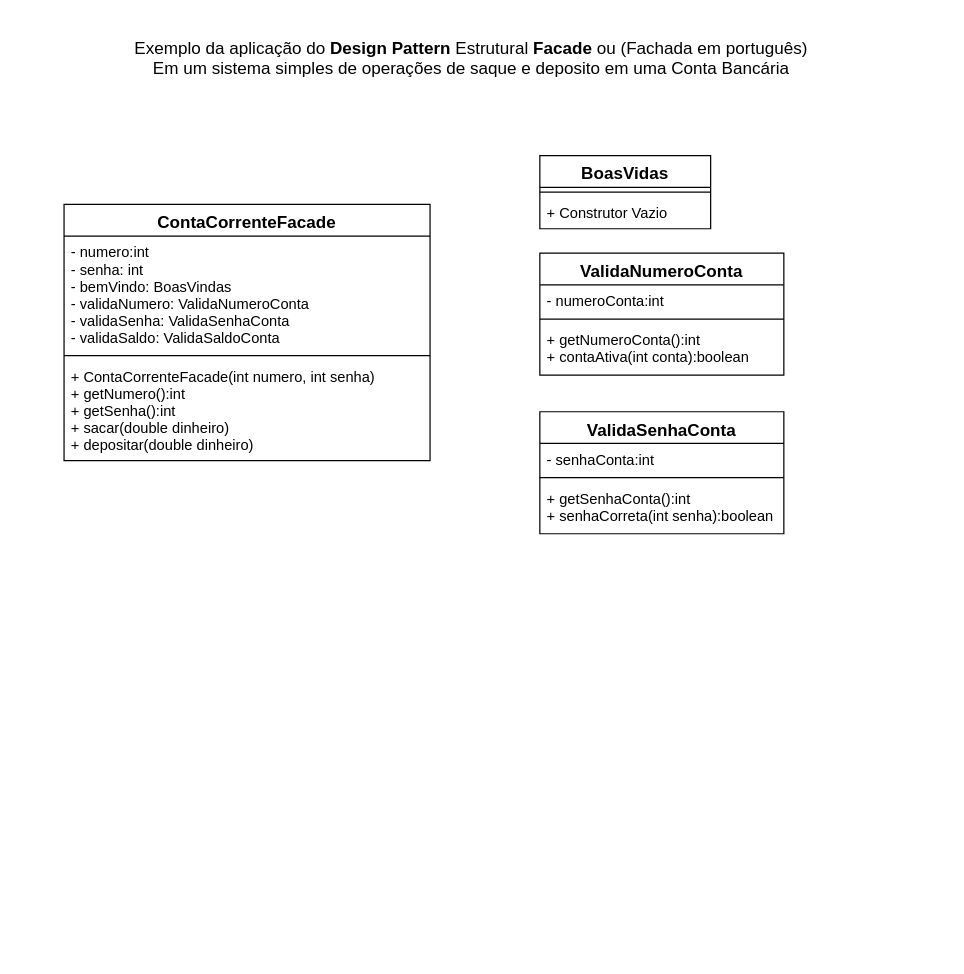
The draw.io diagram 3des/projetos/aula22/workspace/EstruturaFacade/docs/exFacade.drawio in wellifabio/senai2021, before the edit. Source tidied: cells renumbered, new cells numbered last; positions are measured from the earlier drawing's top-left corner, leaving out a move shared by most shapes. Both pictures are drawn from the tidied source at 122%, with x=0, y=0 at pixel (63, 21).
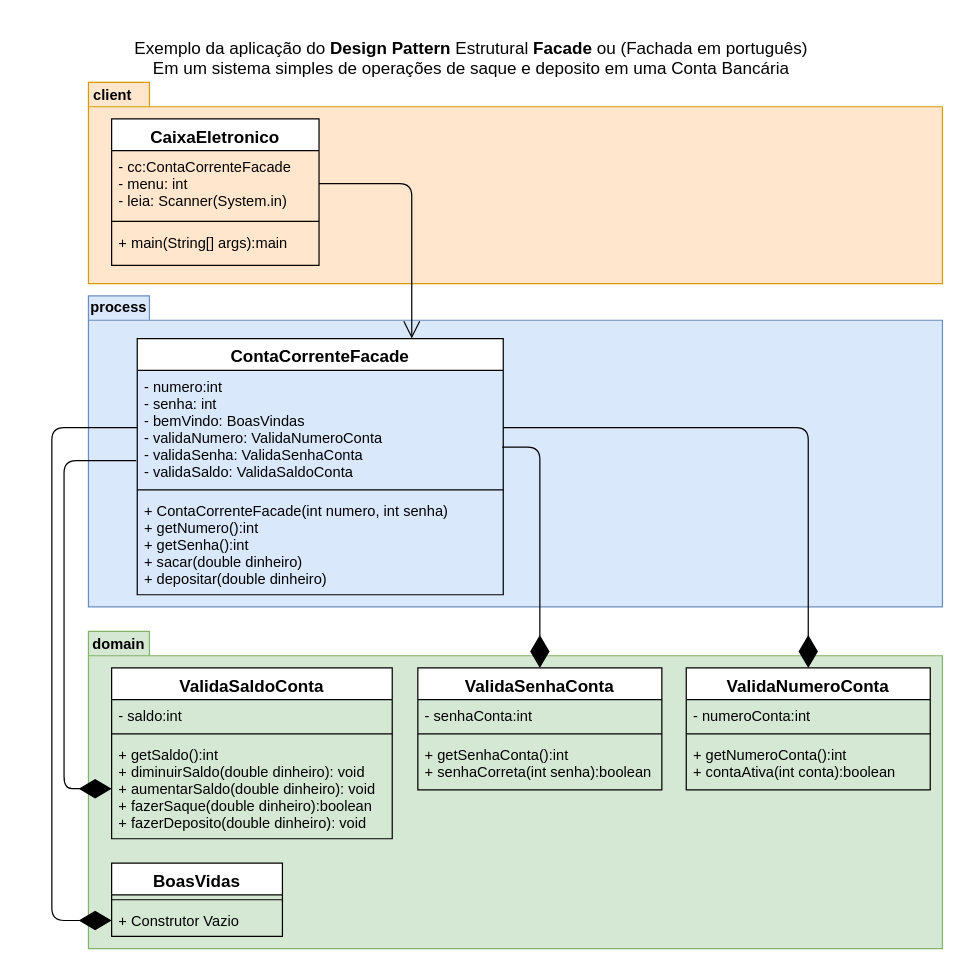
After the change.

The change refers to these unchanged cells:
```xml
<mxCell id="4" value="- numero:int&#10;- senha: int&#10;- bemVindo: BoasVindas&#10;- validaNumero: ValidaNumeroConta&#10;- validaSenha: ValidaSenhaConta&#10;- validaSaldo: ValidaSaldoConta" style="text;strokeColor=none;fillColor=none;align=left;verticalAlign=top;spacingLeft=4;spacingRight=4;overflow=hidden;points=[[0,0.5],[1,0.5]];portConstraint=eastwest;" parent="3" vertex="1">
  <mxGeometry y="26" width="300" height="94" as="geometry" />
</mxCell>
<mxCell id="9" value="+ Construtor Vazio" style="text;strokeColor=none;fillColor=none;align=left;verticalAlign=top;spacingLeft=4;spacingRight=4;overflow=hidden;points=[[0,0.5],[1,0.5]];portConstraint=eastwest;" parent="7" vertex="1">
  <mxGeometry y="34" width="140" height="26" as="geometry" />
</mxCell>
```

Diff of the diagram source:
```diff
@@
+    <mxCell id="18" style="shape=folder;fontStyle=1;spacingTop=10;tabWidth=50;tabHeight=20;tabPosition=left;html=1;fillColor=#ffe6cc;strokeColor=#d79b00;" parent="1" vertex="1">
+      <mxGeometry x="20" y="50" width="700" height="165" as="geometry" />
+    </mxCell>
+    <mxCell id="19" style="shape=folder;fontStyle=1;spacingTop=10;tabWidth=50;tabHeight=20;tabPosition=left;html=1;fillColor=#dae8fc;strokeColor=#6c8ebf;" parent="1" vertex="1">
+      <mxGeometry x="20" y="225" width="700" height="255" as="geometry" />
+    </mxCell>
+    <mxCell id="20" style="shape=folder;fontStyle=1;spacingTop=10;tabWidth=50;tabHeight=20;tabPosition=left;html=1;fillColor=#d5e8d4;strokeColor=#82b366;" parent="1" vertex="1">
+      <mxGeometry x="20" y="500" width="700" height="260" as="geometry" />
+    </mxCell>
@@
     <mxCell id="3" value="ContaCorrenteFacade" style="swimlane;fontStyle=1;align=center;verticalAlign=top;horizontal=1;startSize=26;fontSize=14;" parent="1" vertex="1">
-      <mxGeometry y="150" width="300" height="210" as="geometry" />
+      <mxGeometry x="60" y="260" width="300" height="210" as="geometry" />
     </mxCell>
@@
     <mxCell id="7" value="BoasVidas" style="swimlane;fontStyle=1;align=center;verticalAlign=top;horizontal=1;startSize=26;fontSize=14;" parent="1" vertex="1">
-      <mxGeometry x="390" y="110" width="140" height="60" as="geometry" />
+      <mxGeometry x="39" y="690" width="140" height="60" as="geometry" />
     </mxCell>
@@
     <mxCell id="10" value="ValidaNumeroConta" style="swimlane;fontStyle=1;align=center;verticalAlign=top;horizontal=1;startSize=26;fontSize=14;" parent="1" vertex="1">
-      <mxGeometry x="390" y="190" width="200" height="100" as="geometry" />
+      <mxGeometry x="510" y="530" width="200" height="100" as="geometry" />
     </mxCell>
@@
     <mxCell id="14" value="ValidaSenhaConta" style="swimlane;fontStyle=1;align=center;verticalAlign=top;horizontal=1;startSize=26;fontSize=14;" parent="1" vertex="1">
-      <mxGeometry x="390" y="320" width="200" height="100" as="geometry" />
+      <mxGeometry x="290" y="530" width="200" height="100" as="geometry" />
     </mxCell>
@@
+    <mxCell id="21" value="CaixaEletronico" style="swimlane;fontStyle=1;align=center;verticalAlign=top;horizontal=1;startSize=26;fontSize=14;" parent="1" vertex="1">
+      <mxGeometry x="39" y="80" width="170" height="120" as="geometry" />
+    </mxCell>
+    <mxCell id="22" value="- cc:ContaCorrenteFacade&#10;- menu: int&#10;- leia: Scanner(System.in)" style="text;strokeColor=none;fillColor=none;align=left;verticalAlign=top;spacingLeft=4;spacingRight=4;overflow=hidden;points=[[0,0.5],[1,0.5]];portConstraint=eastwest;" parent="21" vertex="1">
+      <mxGeometry y="26" width="170" height="54" as="geometry" />
+    </mxCell>
+    <mxCell id="23" style="line;strokeWidth=1;fillColor=none;align=left;verticalAlign=middle;spacingTop=-1;spacingLeft=3;spacingRight=3;labelPosition=right;" parent="21" vertex="1">
+      <mxGeometry y="80" width="170" height="8" as="geometry" />
+    </mxCell>
+    <mxCell id="24" value="+ main(String[] args):main" style="text;strokeColor=none;fillColor=none;align=left;verticalAlign=top;spacingLeft=4;spacingRight=4;overflow=hidden;" parent="21" vertex="1">
+      <mxGeometry y="88" width="170" height="32" as="geometry" />
+    </mxCell>
+    <mxCell id="25" value="ValidaSaldoConta" style="swimlane;fontStyle=1;align=center;verticalAlign=top;horizontal=1;startSize=26;fontSize=14;" parent="1" vertex="1">
+      <mxGeometry x="39" y="530" width="230" height="140" as="geometry" />
+    </mxCell>
+    <mxCell id="26" value="- saldo:int" style="text;strokeColor=none;fillColor=none;align=left;verticalAlign=top;spacingLeft=4;spacingRight=4;overflow=hidden;" parent="25" vertex="1">
+      <mxGeometry y="26" width="230" height="24" as="geometry" />
+    </mxCell>
+    <mxCell id="27" style="line;strokeWidth=1;fillColor=none;align=left;verticalAlign=middle;spacingTop=-1;spacingLeft=3;spacingRight=3;labelPosition=right;" parent="25" vertex="1">
+      <mxGeometry y="50" width="230" height="8" as="geometry" />
+    </mxCell>
+    <mxCell id="28" value="+ getSaldo():int&#10;+ diminuirSaldo(double dinheiro): void&#10;+ aumentarSaldo(double dinheiro): void&#10;+ fazerSaque(double dinheiro):boolean&#10;+ fazerDeposito(double dinheiro): void" style="text;strokeColor=none;fillColor=none;align=left;verticalAlign=top;spacingLeft=4;spacingRight=4;overflow=hidden;points=[[0,0.5],[1,0.5]];portConstraint=eastwest;" parent="25" vertex="1">
+      <mxGeometry y="58" width="230" height="82" as="geometry" />
+    </mxCell>
+    <mxCell id="29" style="endArrow=diamondThin;endFill=1;endSize=24;html=1;exitX=0;exitY=0.5;exitDx=0;exitDy=0;edgeStyle=orthogonalEdgeStyle;entryX=0;entryY=0.5;entryDx=0;entryDy=0;" parent="1" edge="1" source="4" target="9">
+      <mxGeometry relative="1" as="geometry">
+        <Array as="points">
+          <mxPoint x="-10" y="333" />
+          <mxPoint x="-10" y="737" />
+        </Array>
+      </mxGeometry>
+    </mxCell>
+    <mxCell id="30" style="endArrow=diamondThin;endFill=1;endSize=24;html=1;edgeStyle=orthogonalEdgeStyle;entryX=0;entryY=0.5;entryDx=0;entryDy=0;exitX=-0.003;exitY=0.787;exitDx=0;exitDy=0;exitPerimeter=0;" parent="1" edge="1" source="4" target="28">
+      <mxGeometry relative="1" as="geometry">
+        <Array as="points">
+          <mxPoint y="360" />
+          <mxPoint y="629" />
+        </Array>
+      </mxGeometry>
+    </mxCell>
+    <mxCell id="31" style="endArrow=diamondThin;endFill=1;endSize=24;html=1;edgeStyle=orthogonalEdgeStyle;exitX=1;exitY=0.5;exitDx=0;exitDy=0;" parent="1" edge="1" source="4" target="10">
+      <mxGeometry relative="1" as="geometry">
+        <Array as="points">
+          <mxPoint x="610" y="333" />
+        </Array>
+      </mxGeometry>
+    </mxCell>
+    <mxCell id="32" style="endArrow=diamondThin;endFill=1;endSize=24;html=1;edgeStyle=orthogonalEdgeStyle;exitX=0.997;exitY=0.67;exitDx=0;exitDy=0;entryX=0.5;entryY=0;entryDx=0;entryDy=0;exitPerimeter=0;" parent="1" edge="1" source="4" target="14">
+      <mxGeometry relative="1" as="geometry">
+        <Array as="points">
+          <mxPoint x="390" y="349" />
+        </Array>
+      </mxGeometry>
+    </mxCell>
+    <mxCell id="33" value="client" style="text;align=center;fontStyle=1;verticalAlign=middle;spacingLeft=3;spacingRight=3;strokeColor=none;" parent="1" vertex="1">
+      <mxGeometry y="47" width="80" height="26" as="geometry" />
+    </mxCell>
+    <mxCell id="34" value="domain" style="text;align=center;fontStyle=1;verticalAlign=middle;spacingLeft=3;spacingRight=3;strokeColor=none;" parent="1" vertex="1">
+      <mxGeometry x="5" y="497" width="80" height="26" as="geometry" />
+    </mxCell>
+    <mxCell id="35" value="process" style="text;align=center;fontStyle=1;verticalAlign=middle;spacingLeft=3;spacingRight=3;strokeColor=none;" parent="1" vertex="1">
+      <mxGeometry x="5" y="221" width="80" height="26" as="geometry" />
+    </mxCell>
+    <mxCell id="36" style="endArrow=open;endFill=1;endSize=12;html=1;entryX=0.75;entryY=0;entryDx=0;entryDy=0;exitX=1;exitY=0.5;exitDx=0;exitDy=0;edgeStyle=orthogonalEdgeStyle;" parent="1" edge="1" source="22" target="3">
+      <mxGeometry relative="1" as="geometry" />
+    </mxCell>
```
